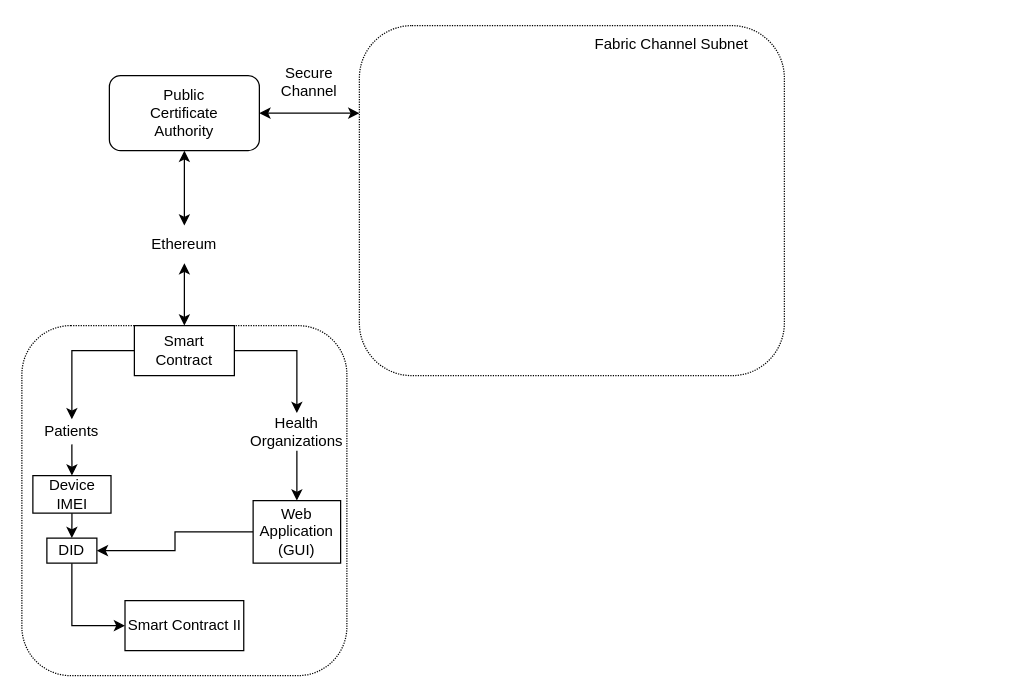
Above: Untitled Diagram.drawio in WilliamStar007/Interoperable-Healthcare-Blockchain-Diagram (draw.io), before the change. Source tidied: cells renumbered, new cells numbered last; positions are measured from the earlier drawing's top-left corner, leaving out a move shared by most shapes. Both pictures are drawn from the tidied source at 125%, with x=0, y=0 at pixel (21, 25).
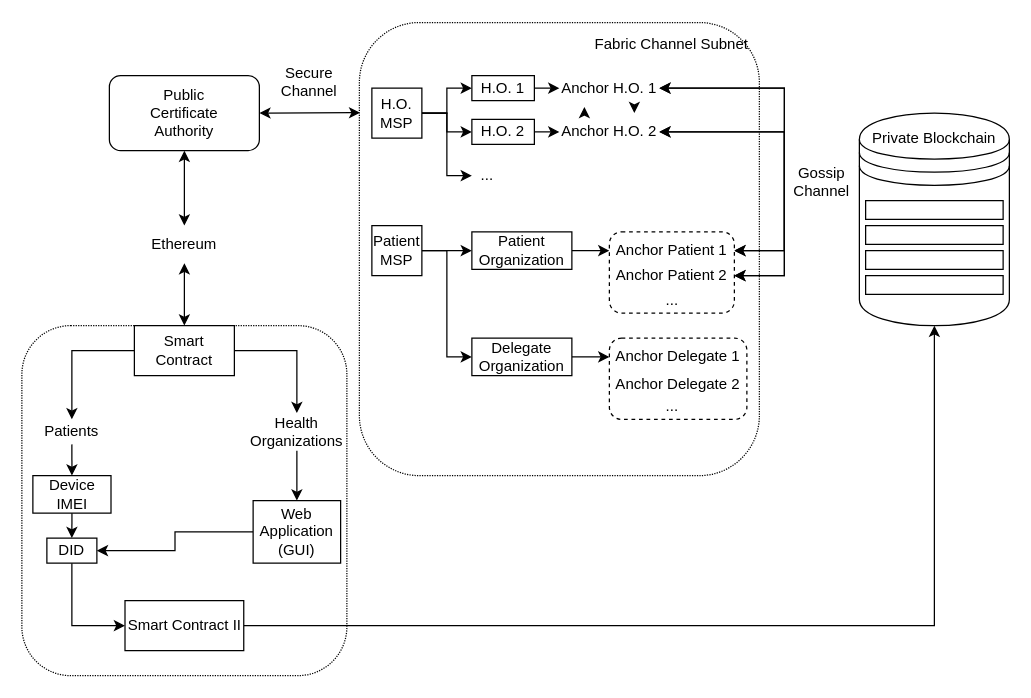
The same diagram, later.

Unchanged cells that the change refers to:
```xml
<mxCell id="2" value="Public&lt;br&gt;Certificate&lt;br&gt;Authority" style="rounded=1;whiteSpace=wrap;html=1;" parent="1" vertex="1">
  <mxGeometry x="70" y="40" width="120" height="60" as="geometry" />
</mxCell>
<mxCell id="22" value="Smart Contract II" style="rounded=0;whiteSpace=wrap;html=1;" parent="1" vertex="1">
  <mxGeometry x="82.5" y="460" width="95" height="40" as="geometry" />
</mxCell>
```

What changed in the source:
```diff
@@
-    <mxCell id="3" style="endArrow=classic;startArrow=classic;html=1;rounded=0;exitX=1;exitY=0.5;exitDx=0;exitDy=0;entryX=0;entryY=0.25;entryDx=0;entryDy=0;" parent="1" edge="1" source="2" target="24">
+    <mxCell id="3" style="endArrow=classic;startArrow=classic;html=1;rounded=0;exitX=1;exitY=0.5;exitDx=0;exitDy=0;entryX=0.002;entryY=0.199;entryDx=0;entryDy=0;entryPerimeter=0;" parent="1" edge="1" source="2" target="24">
       <mxGeometry relative="1" as="geometry" />
     </mxCell>
@@
+    <mxCell id="26" style="edgeStyle=orthogonalEdgeStyle;rounded=0;jettySize=auto;html=1;exitX=1;exitY=0.5;exitDx=0;exitDy=0;entryX=0.5;entryY=1;entryDx=0;entryDy=0;" parent="1" edge="1" source="22" target="60">
+      <mxGeometry relative="1" as="geometry" />
+    </mxCell>
@@
     <mxCell id="24" style="rounded=1;whiteSpace=wrap;html=1;dashed=1;dashPattern=1 1;" parent="1" vertex="1">
-      <mxGeometry x="270" width="340" height="280" as="geometry" />
+      <mxGeometry x="270" y="-2.5" width="320" height="362.5" as="geometry" />
     </mxCell>
@@
+    <mxCell id="27" style="edgeStyle=orthogonalEdgeStyle;rounded=0;jettySize=auto;html=1;exitX=1;exitY=0.5;exitDx=0;exitDy=0;entryX=0;entryY=0.5;entryDx=0;entryDy=0;" parent="1" edge="1" source="30" target="32">
+      <mxGeometry relative="1" as="geometry" />
+    </mxCell>
+    <mxCell id="28" style="edgeStyle=orthogonalEdgeStyle;rounded=0;jettySize=auto;html=1;exitX=1;exitY=0.5;exitDx=0;exitDy=0;entryX=0;entryY=0.5;entryDx=0;entryDy=0;" parent="1" edge="1" source="30" target="34">
+      <mxGeometry relative="1" as="geometry" />
+    </mxCell>
+    <mxCell id="29" style="edgeStyle=orthogonalEdgeStyle;rounded=0;jettySize=auto;html=1;exitX=1;exitY=0.5;exitDx=0;exitDy=0;entryX=0;entryY=0.5;entryDx=0;entryDy=0;" parent="1" edge="1" source="30" target="54">
+      <mxGeometry relative="1" as="geometry" />
+    </mxCell>
+    <mxCell id="30" value="H.O.&lt;br&gt;MSP" style="whiteSpace=wrap;html=1;" parent="1" vertex="1">
+      <mxGeometry x="280" y="50" width="40" height="40" as="geometry" />
+    </mxCell>
+    <mxCell id="31" style="edgeStyle=orthogonalEdgeStyle;rounded=0;jettySize=auto;html=1;exitX=1;exitY=0.5;exitDx=0;exitDy=0;entryX=0;entryY=0.5;entryDx=0;entryDy=0;" parent="1" edge="1" source="32" target="37">
+      <mxGeometry relative="1" as="geometry" />
+    </mxCell>
+    <mxCell id="32" value="H.O. 1" style="rounded=0;whiteSpace=wrap;html=1;" parent="1" vertex="1">
+      <mxGeometry x="360" y="40" width="50" height="20" as="geometry" />
+    </mxCell>
+    <mxCell id="33" style="edgeStyle=orthogonalEdgeStyle;rounded=0;jettySize=auto;html=1;exitX=1;exitY=0.5;exitDx=0;exitDy=0;entryX=0;entryY=0.5;entryDx=0;entryDy=0;" parent="1" edge="1" source="34" target="41">
+      <mxGeometry relative="1" as="geometry" />
+    </mxCell>
+    <mxCell id="34" value="H.O. 2" style="rounded=0;whiteSpace=wrap;html=1;" parent="1" vertex="1">
+      <mxGeometry x="360" y="75" width="50" height="20" as="geometry" />
+    </mxCell>
+    <mxCell id="35" style="edgeStyle=orthogonalEdgeStyle;rounded=0;jettySize=auto;html=1;exitX=0.75;exitY=1;exitDx=0;exitDy=0;entryX=0.75;entryY=0;entryDx=0;entryDy=0;" parent="1" edge="1" source="37" target="41">
+      <mxGeometry relative="1" as="geometry" />
+    </mxCell>
+    <mxCell id="36" style="edgeStyle=orthogonalEdgeStyle;rounded=0;jettySize=auto;html=1;exitX=1;exitY=0.5;exitDx=0;exitDy=0;entryX=1;entryY=0.5;entryDx=0;entryDy=0;startArrow=classic;startFill=1;" parent="1" edge="1" source="37" target="51">
+      <mxGeometry relative="1" as="geometry">
+        <Array as="points">
+          <mxPoint x="610" y="50" />
+          <mxPoint x="610" y="200" />
+        </Array>
+      </mxGeometry>
+    </mxCell>
+    <mxCell id="37" value="Anchor H.O. 1" style="text;strokeColor=none;align=center;fillColor=none;html=1;verticalAlign=middle;whiteSpace=wrap;rounded=0;" parent="1" vertex="1">
+      <mxGeometry x="430" y="35" width="80" height="30" as="geometry" />
+    </mxCell>
+    <mxCell id="38" style="edgeStyle=orthogonalEdgeStyle;rounded=0;jettySize=auto;html=1;exitX=1;exitY=0.5;exitDx=0;exitDy=0;entryX=1;entryY=0.5;entryDx=0;entryDy=0;startArrow=classic;startFill=1;" parent="1" edge="1" source="37" target="49">
+      <mxGeometry relative="1" as="geometry">
+        <Array as="points">
+          <mxPoint x="610" y="50" />
+          <mxPoint x="610" y="180" />
+        </Array>
+      </mxGeometry>
+    </mxCell>
+    <mxCell id="39" style="edgeStyle=orthogonalEdgeStyle;rounded=0;jettySize=auto;html=1;exitX=0.25;exitY=0;exitDx=0;exitDy=0;entryX=0.25;entryY=1;entryDx=0;entryDy=0;" parent="1" edge="1" source="41" target="37">
+      <mxGeometry relative="1" as="geometry" />
+    </mxCell>
+    <mxCell id="40" style="edgeStyle=orthogonalEdgeStyle;rounded=0;jettySize=auto;html=1;exitX=1;exitY=0.5;exitDx=0;exitDy=0;entryX=1;entryY=0.5;entryDx=0;entryDy=0;startArrow=classic;startFill=1;" parent="1" edge="1" source="41" target="51">
+      <mxGeometry relative="1" as="geometry">
+        <Array as="points">
+          <mxPoint x="610" y="85" />
+          <mxPoint x="610" y="200" />
+        </Array>
+      </mxGeometry>
+    </mxCell>
+    <mxCell id="41" value="Anchor H.O. 2" style="text;strokeColor=none;align=center;fillColor=none;html=1;verticalAlign=middle;whiteSpace=wrap;rounded=0;" parent="1" vertex="1">
+      <mxGeometry x="430" y="70" width="80" height="30" as="geometry" />
+    </mxCell>
+    <mxCell id="42" style="edgeStyle=orthogonalEdgeStyle;rounded=0;jettySize=auto;html=1;exitX=1;exitY=0.5;exitDx=0;exitDy=0;entryX=1;entryY=0.5;entryDx=0;entryDy=0;startArrow=classic;startFill=1;" parent="1" edge="1" source="41" target="49">
+      <mxGeometry relative="1" as="geometry">
+        <Array as="points">
+          <mxPoint x="610" y="85" />
+          <mxPoint x="610" y="180" />
+        </Array>
+      </mxGeometry>
+    </mxCell>
+    <mxCell id="43" style="edgeStyle=orthogonalEdgeStyle;rounded=0;jettySize=auto;html=1;exitX=1;exitY=0.5;exitDx=0;exitDy=0;entryX=0;entryY=0.5;entryDx=0;entryDy=0;" parent="1" edge="1" source="45" target="47">
+      <mxGeometry relative="1" as="geometry" />
+    </mxCell>
+    <mxCell id="44" style="edgeStyle=orthogonalEdgeStyle;rounded=0;jettySize=auto;html=1;exitX=1;exitY=0.5;exitDx=0;exitDy=0;entryX=0;entryY=0.5;entryDx=0;entryDy=0;" parent="1" edge="1" source="45" target="53">
+      <mxGeometry relative="1" as="geometry" />
+    </mxCell>
+    <mxCell id="45" value="Patient&lt;br&gt;MSP" style="whiteSpace=wrap;html=1;" parent="1" vertex="1">
+      <mxGeometry x="280" y="160" width="40" height="40" as="geometry" />
+    </mxCell>
+    <mxCell id="46" style="edgeStyle=orthogonalEdgeStyle;rounded=0;jettySize=auto;html=1;exitX=1;exitY=0.5;exitDx=0;exitDy=0;entryX=0;entryY=0.5;entryDx=0;entryDy=0;" parent="1" edge="1" source="47" target="49">
+      <mxGeometry relative="1" as="geometry" />
+    </mxCell>
+    <mxCell id="47" value="Patient Organization" style="rounded=0;whiteSpace=wrap;html=1;" parent="1" vertex="1">
+      <mxGeometry x="360" y="165" width="80" height="30" as="geometry" />
+    </mxCell>
+    <mxCell id="48" style="rounded=1;whiteSpace=wrap;html=1;dashed=1;" parent="1" vertex="1">
+      <mxGeometry x="470" y="165" width="100" height="65" as="geometry" />
+    </mxCell>
+    <mxCell id="49" value="Anchor Patient 1" style="text;strokeColor=none;align=center;fillColor=none;html=1;verticalAlign=middle;whiteSpace=wrap;rounded=0;" parent="1" vertex="1">
+      <mxGeometry x="470" y="165" width="100" height="30" as="geometry" />
+    </mxCell>
+    <mxCell id="50" value="..." style="text;strokeColor=none;align=center;fillColor=none;html=1;verticalAlign=middle;whiteSpace=wrap;rounded=0;" parent="1" vertex="1">
+      <mxGeometry x="507.5" y="210" width="25" height="20" as="geometry" />
+    </mxCell>
+    <mxCell id="51" value="Anchor Patient 2" style="text;strokeColor=none;align=center;fillColor=none;html=1;verticalAlign=middle;whiteSpace=wrap;rounded=0;" parent="1" vertex="1">
+      <mxGeometry x="470" y="185" width="100" height="30" as="geometry" />
+    </mxCell>
+    <mxCell id="52" style="edgeStyle=orthogonalEdgeStyle;rounded=0;jettySize=auto;html=1;exitX=1;exitY=0.5;exitDx=0;exitDy=0;" parent="1" edge="1" source="53" target="56">
+      <mxGeometry relative="1" as="geometry" />
+    </mxCell>
+    <mxCell id="53" value="Delegate Organization" style="rounded=0;whiteSpace=wrap;html=1;" parent="1" vertex="1">
+      <mxGeometry x="360" y="250" width="80" height="30" as="geometry" />
+    </mxCell>
+    <mxCell id="54" value="..." style="text;strokeColor=none;align=center;fillColor=none;html=1;verticalAlign=middle;whiteSpace=wrap;rounded=0;" parent="1" vertex="1">
+      <mxGeometry x="360" y="110" width="25" height="20" as="geometry" />
+    </mxCell>
+    <mxCell id="55" style="rounded=1;whiteSpace=wrap;html=1;dashed=1;" parent="1" vertex="1">
+      <mxGeometry x="470" y="250" width="110" height="65" as="geometry" />
+    </mxCell>
+    <mxCell id="56" value="Anchor Delegate 1" style="text;strokeColor=none;align=center;fillColor=none;html=1;verticalAlign=middle;whiteSpace=wrap;rounded=0;" parent="1" vertex="1">
+      <mxGeometry x="470" y="250" width="110" height="30" as="geometry" />
+    </mxCell>
+    <mxCell id="57" value="Anchor Delegate 2" style="text;strokeColor=none;align=center;fillColor=none;html=1;verticalAlign=middle;whiteSpace=wrap;rounded=0;" parent="1" vertex="1">
+      <mxGeometry x="470" y="271.5" width="110" height="30" as="geometry" />
+    </mxCell>
+    <mxCell id="58" value="..." style="text;strokeColor=none;align=center;fillColor=none;html=1;verticalAlign=middle;whiteSpace=wrap;rounded=0;" parent="1" vertex="1">
+      <mxGeometry x="507.5" y="295" width="25" height="20" as="geometry" />
+    </mxCell>
+    <mxCell id="59" value="Gossip Channel" style="text;strokeColor=none;align=center;fillColor=none;html=1;verticalAlign=middle;whiteSpace=wrap;rounded=0;" parent="1" vertex="1">
+      <mxGeometry x="610" y="110" width="60" height="30" as="geometry" />
+    </mxCell>
+    <mxCell id="60" style="shape=datastore;whiteSpace=wrap;html=1;" parent="1" vertex="1">
+      <mxGeometry x="670" y="70" width="120" height="170" as="geometry" />
+    </mxCell>
+    <mxCell id="61" value="Private Blockchain" style="text;strokeColor=none;align=center;fillColor=none;html=1;verticalAlign=middle;whiteSpace=wrap;rounded=0;" parent="1" vertex="1">
+      <mxGeometry x="670" y="75" width="120" height="30" as="geometry" />
+    </mxCell>
+    <mxCell id="62" style="rounded=0;whiteSpace=wrap;html=1;" parent="1" vertex="1">
+      <mxGeometry x="675" y="140" width="110" height="15" as="geometry" />
+    </mxCell>
+    <mxCell id="63" style="rounded=0;whiteSpace=wrap;html=1;" parent="1" vertex="1">
+      <mxGeometry x="675" y="160" width="110" height="15" as="geometry" />
+    </mxCell>
+    <mxCell id="64" style="rounded=0;whiteSpace=wrap;html=1;" parent="1" vertex="1">
+      <mxGeometry x="675" y="180" width="110" height="15" as="geometry" />
+    </mxCell>
+    <mxCell id="65" style="rounded=0;whiteSpace=wrap;html=1;" parent="1" vertex="1">
+      <mxGeometry x="675" y="200" width="110" height="15" as="geometry" />
+    </mxCell>
```
